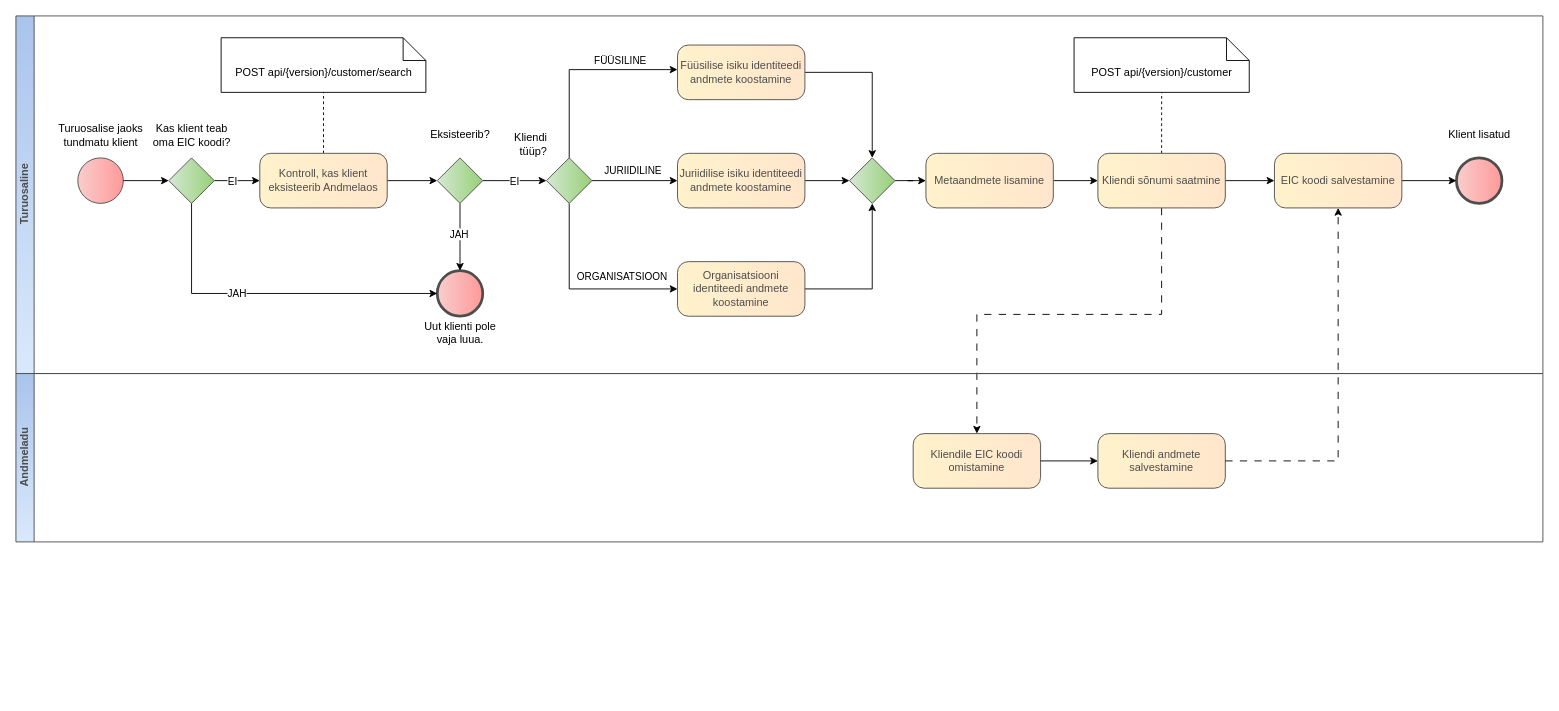
Earlier version of the draw.io diagram page "Kliendi registreerimine" (1 of 4) of diagrams/customer-management/customer-management.drawio (Elering/estfeed-datahub-docs). Source tidied: cells renumbered, new cells numbered last; positions are measured from the earlier drawing's top-left corner, leaving out a move shared by most shapes. Both pictures are drawn from the tidied source at 91%, with x=0, y=0 at pixel (15, 8).
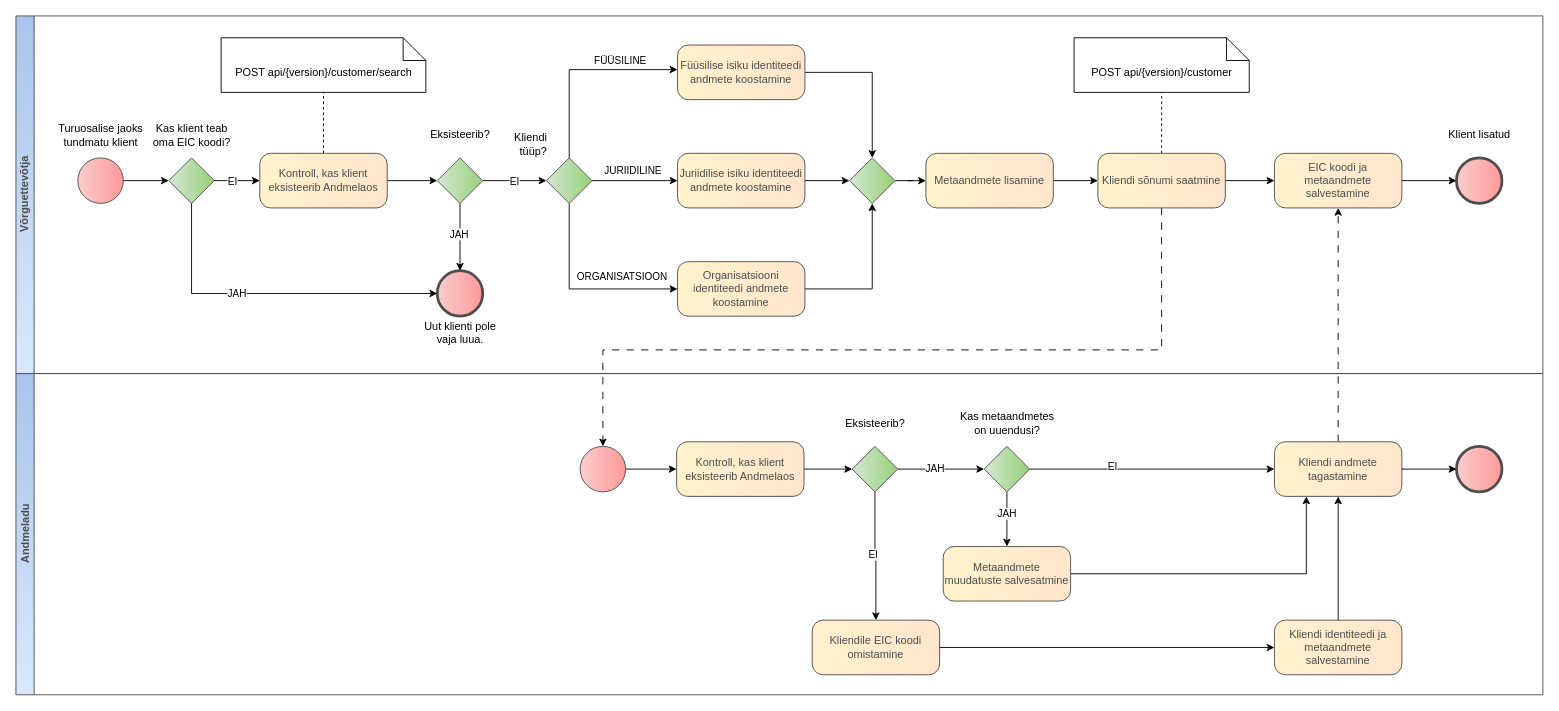
After the change.

Unchanged cells that the change refers to:
```xml
<mxCell id="44" value="Kliendi sõnumi saatmine" style="rounded=1;whiteSpace=wrap;html=1;arcSize=20;fillColor=#fff2cc;strokeColor=#4D4D4D;shadow=0;fontColor=#4D4D4D;gradientColor=#FFE6CC;gradientDirection=east;glass=0;backgroundOutline=0;enumerate=0;labelBackgroundColor=none;labelBorderColor=none;strokeWidth=1;" parent="1" vertex="1">
  <mxGeometry x="1189" y="159" width="140" height="60" as="geometry" />
</mxCell>
```

What changed in the source:
```diff
@@
-    <mxCell id="43" style="edgeStyle=orthogonalEdgeStyle;rounded=0;jettySize=auto;html=1;entryX=0.5;entryY=0;entryDx=0;entryDy=0;dashed=1;dashPattern=8 8;" parent="1" edge="1" source="44" target="50">
+    <mxCell id="43" style="edgeStyle=orthogonalEdgeStyle;rounded=0;jettySize=auto;html=1;entryX=0.5;entryY=0;entryDx=0;entryDy=0;dashed=1;dashPattern=8 8;entryPerimeter=0;" parent="1" edge="1" source="44" target="55">
       <mxGeometry relative="1" as="geometry">
         <Array as="points">
-          <mxPoint x="1259" y="336" />
-          <mxPoint x="1056" y="336" />
+          <mxPoint x="1259" y="375" />
+          <mxPoint x="645" y="375" />
         </Array>
       </mxGeometry>
     </mxCell>
@@
-    <mxCell id="46" value="EIC koodi salvestamine" style="rounded=1;whiteSpace=wrap;html=1;arcSize=20;fillColor=#fff2cc;strokeColor=#4D4D4D;shadow=0;fontColor=#4D4D4D;gradientColor=#FFE6CC;gradientDirection=east;glass=0;backgroundOutline=0;enumerate=0;labelBackgroundColor=none;labelBorderColor=none;strokeWidth=1;" parent="1" vertex="1">
+    <mxCell id="46" value="EIC koodi ja metaandmete salvestamine" style="rounded=1;whiteSpace=wrap;html=1;arcSize=20;fillColor=#fff2cc;strokeColor=#4D4D4D;shadow=0;fontColor=#4D4D4D;gradientColor=#FFE6CC;gradientDirection=east;glass=0;backgroundOutline=0;enumerate=0;labelBackgroundColor=none;labelBorderColor=none;strokeWidth=1;" parent="1" vertex="1">
       <mxGeometry x="1383" y="159" width="140" height="60" as="geometry" />
     </mxCell>
-    <mxCell id="47" value="Turuosaline" style="swimlane;html=1;horizontal=0;startSize=20;strokeColor=#4D4D4D;fillColor=#dae8fc;fontColor=#4D4D4D;gradientColor=#A9C4EB;gradientDirection=north;rotation=0;" parent="1" vertex="1">
+    <mxCell id="47" value="Võrguettevõtja" style="swimlane;html=1;horizontal=0;startSize=20;strokeColor=#4D4D4D;fillColor=#dae8fc;fontColor=#4D4D4D;gradientColor=#A9C4EB;gradientDirection=north;rotation=0;" parent="1" vertex="1">
       <mxGeometry y="8" width="1678" height="393" as="geometry" />
     </mxCell>
@@
     <mxCell id="49" value="Andmeladu" style="swimlane;html=1;horizontal=0;startSize=20;strokeColor=#4D4D4D;fillColor=#dae8fc;fontColor=#4D4D4D;gradientColor=#A9C4EB;gradientDirection=north;rotation=0;" parent="1" vertex="1">
-      <mxGeometry y="401" width="1678" height="185" as="geometry" />
+      <mxGeometry y="401" width="1678" height="353" as="geometry" />
     </mxCell>
+    <mxCell id="53" style="edgeStyle=orthogonalEdgeStyle;rounded=0;jettySize=auto;html=1;entryX=0.5;entryY=1;entryDx=0;entryDy=0;dashed=1;dashPattern=8 8;exitX=0.5;exitY=0;exitDx=0;exitDy=0;" parent="1" edge="1" source="71" target="46">
+      <mxGeometry relative="1" as="geometry" />
+    </mxCell>
+    <mxCell id="54" style="edgeStyle=orthogonalEdgeStyle;rounded=0;jettySize=auto;html=1;entryX=0;entryY=0.5;entryDx=0;entryDy=0;" parent="1" edge="1" source="55" target="63">
+      <mxGeometry relative="1" as="geometry" />
+    </mxCell>
+    <mxCell id="55" style="points=[[0.145,0.145,0],[0.5,0,0],[0.855,0.145,0],[1,0.5,0],[0.855,0.855,0],[0.5,1,0],[0.145,0.855,0],[0,0.5,0]];shape=mxgraph.bpmn.event;html=1;verticalLabelPosition=bottom;labelBackgroundColor=#ffffff;verticalAlign=bottom;align=center;perimeter=ellipsePerimeter;outlineConnect=0;outline=standard;symbol=general;fontFamily=Helvetica;fontSize=12;fontColor=#4D4D4D;fillColor=#f8cecc;strokeColor=#4D4D4D;rounded=1;shadow=0;strokeWidth=1;gradientColor=#FF9999;gradientDirection=east;" parent="1" vertex="1">
+      <mxGeometry x="620" y="481" width="50" height="50" as="geometry" />
+    </mxCell>
-    <mxCell id="50" value="Kliendile EIC koodi omistamine" style="rounded=1;whiteSpace=wrap;html=1;arcSize=20;fillColor=#fff2cc;strokeColor=#4D4D4D;shadow=0;fontColor=#4D4D4D;gradientColor=#FFE6CC;gradientDirection=east;glass=0;backgroundOutline=0;enumerate=0;labelBackgroundColor=none;labelBorderColor=none;strokeWidth=1;" parent="49" vertex="1">
-      <mxGeometry x="986" y="66" width="140" height="60" as="geometry" />
+    <mxCell id="50" value="Kliendile EIC koodi omistamine" style="rounded=1;whiteSpace=wrap;html=1;arcSize=20;fillColor=#fff2cc;strokeColor=#4D4D4D;shadow=0;fontColor=#4D4D4D;gradientColor=#FFE6CC;gradientDirection=east;glass=0;backgroundOutline=0;enumerate=0;labelBackgroundColor=none;labelBorderColor=none;strokeWidth=1;" parent="1" vertex="1">
+      <mxGeometry x="875" y="672" width="140" height="60" as="geometry" />
     </mxCell>
+    <mxCell id="56" style="edgeStyle=orthogonalEdgeStyle;rounded=0;jettySize=auto;html=1;entryX=0.5;entryY=1;entryDx=0;entryDy=0;" parent="1" edge="1" source="51" target="71">
+      <mxGeometry relative="1" as="geometry" />
+    </mxCell>
-    <mxCell id="51" value="Kliendi andmete salvestamine" style="rounded=1;whiteSpace=wrap;html=1;arcSize=20;fillColor=#fff2cc;strokeColor=#4D4D4D;shadow=0;fontColor=#4D4D4D;gradientColor=#FFE6CC;gradientDirection=east;glass=0;backgroundOutline=0;enumerate=0;labelBackgroundColor=none;labelBorderColor=none;strokeWidth=1;" parent="49" vertex="1">
-      <mxGeometry x="1189" y="66" width="140" height="60" as="geometry" />
+    <mxCell id="51" value="Kliendi identiteedi ja metaandmete salvestamine" style="rounded=1;whiteSpace=wrap;html=1;arcSize=20;fillColor=#fff2cc;strokeColor=#4D4D4D;shadow=0;fontColor=#4D4D4D;gradientColor=#FFE6CC;gradientDirection=east;glass=0;backgroundOutline=0;enumerate=0;labelBackgroundColor=none;labelBorderColor=none;strokeWidth=1;" parent="1" vertex="1">
+      <mxGeometry x="1383" y="672" width="140" height="60" as="geometry" />
     </mxCell>
-    <mxCell id="52" style="edgeStyle=orthogonalEdgeStyle;rounded=0;jettySize=auto;html=1;" parent="49" edge="1" source="50" target="51">
+    <mxCell id="52" style="edgeStyle=orthogonalEdgeStyle;rounded=0;jettySize=auto;html=1;" parent="1" edge="1" source="50" target="51">
       <mxGeometry relative="1" as="geometry" />
     </mxCell>
-    <mxCell id="53" style="edgeStyle=orthogonalEdgeStyle;rounded=0;jettySize=auto;html=1;entryX=0.5;entryY=1;entryDx=0;entryDy=0;dashed=1;dashPattern=8 8;" parent="1" edge="1" source="51" target="46">
-      <mxGeometry relative="1" as="geometry" />
-    </mxCell>
+    <mxCell id="57" style="edgeStyle=orthogonalEdgeStyle;rounded=0;jettySize=auto;html=1;entryX=0.5;entryY=0;entryDx=0;entryDy=0;" parent="1" edge="1" source="61" target="50">
+      <mxGeometry relative="1" as="geometry" />
+    </mxCell>
+    <mxCell id="58" value="EI" style="edgeLabel;html=1;align=center;verticalAlign=middle;" parent="57" vertex="1">
+      <mxGeometry x="-0.04" y="-3" relative="1" as="geometry" />
+    </mxCell>
+    <mxCell id="59" style="edgeStyle=orthogonalEdgeStyle;rounded=0;jettySize=auto;html=1;" parent="1" edge="1" source="61" target="68">
+      <mxGeometry relative="1" as="geometry" />
+    </mxCell>
+    <mxCell id="60" value="JAH" style="edgeLabel;html=1;align=center;verticalAlign=middle;" parent="59" vertex="1">
+      <mxGeometry x="-0.16" y="1" relative="1" as="geometry" />
+    </mxCell>
+    <mxCell id="61" value="Eksisteerib?" style="points=[[0.25,0.25,0],[0.5,0,0],[0.75,0.25,0],[1,0.5,0],[0.75,0.75,0],[0.5,1,0],[0.25,0.75,0],[0,0.5,0]];shape=mxgraph.bpmn.gateway2;html=1;verticalLabelPosition=top;labelBackgroundColor=#ffffff;verticalAlign=middle;align=center;perimeter=rhombusPerimeter;outlineConnect=0;outline=none;symbol=none;fontFamily=Helvetica;fontSize=12;fontColor=#000000;fillColor=#D5E8D4;strokeColor=#4D4D4D;rounded=0;shadow=0;gradientColor=#97D077;gradientDirection=east;spacing=0;labelPosition=center;" parent="1" vertex="1">
+      <mxGeometry x="919" y="481" width="50" height="50" as="geometry" />
+    </mxCell>
+    <mxCell id="62" style="edgeStyle=orthogonalEdgeStyle;rounded=0;jettySize=auto;html=1;" parent="1" edge="1" source="63" target="61">
+      <mxGeometry relative="1" as="geometry" />
+    </mxCell>
+    <mxCell id="63" value="Kontroll, kas klient eksisteerib Andmelaos" style="rounded=1;whiteSpace=wrap;html=1;arcSize=20;fillColor=#fff2cc;strokeColor=#4D4D4D;shadow=0;fontColor=#4D4D4D;gradientColor=#FFE6CC;gradientDirection=east;glass=0;backgroundOutline=0;enumerate=0;labelBackgroundColor=none;labelBorderColor=none;strokeWidth=1;" parent="1" vertex="1">
+      <mxGeometry x="726" y="476" width="140" height="60" as="geometry" />
+    </mxCell>
+    <mxCell id="64" style="edgeStyle=orthogonalEdgeStyle;rounded=0;jettySize=auto;html=1;entryX=0.5;entryY=0;entryDx=0;entryDy=0;" parent="1" edge="1" source="68" target="70">
+      <mxGeometry relative="1" as="geometry" />
+    </mxCell>
+    <mxCell id="65" value="JAH" style="edgeLabel;html=1;align=center;verticalAlign=middle;" parent="64" vertex="1">
+      <mxGeometry x="-0.25" y="-1" relative="1" as="geometry" />
+    </mxCell>
+    <mxCell id="66" style="edgeStyle=orthogonalEdgeStyle;rounded=0;jettySize=auto;html=1;entryX=0;entryY=0.5;entryDx=0;entryDy=0;" parent="1" edge="1" source="68" target="71">
+      <mxGeometry relative="1" as="geometry" />
+    </mxCell>
+    <mxCell id="67" value="EI" style="edgeLabel;html=1;align=center;verticalAlign=middle;" parent="66" vertex="1">
+      <mxGeometry x="-0.33" y="4" relative="1" as="geometry" />
+    </mxCell>
+    <mxCell id="68" value="Kas metaandmetes&lt;br&gt;on uuendusi?" style="points=[[0.25,0.25,0],[0.5,0,0],[0.75,0.25,0],[1,0.5,0],[0.75,0.75,0],[0.5,1,0],[0.25,0.75,0],[0,0.5,0]];shape=mxgraph.bpmn.gateway2;html=1;verticalLabelPosition=top;labelBackgroundColor=#ffffff;verticalAlign=middle;align=center;perimeter=rhombusPerimeter;outlineConnect=0;outline=none;symbol=none;fontFamily=Helvetica;fontSize=12;fontColor=#000000;fillColor=#D5E8D4;strokeColor=#4D4D4D;rounded=0;shadow=0;gradientColor=#97D077;gradientDirection=east;spacing=0;labelPosition=center;" parent="1" vertex="1">
+      <mxGeometry x="1064" y="481" width="50" height="50" as="geometry" />
+    </mxCell>
+    <mxCell id="69" style="edgeStyle=orthogonalEdgeStyle;rounded=0;jettySize=auto;html=1;entryX=0.25;entryY=1;entryDx=0;entryDy=0;" parent="1" edge="1" source="70" target="71">
+      <mxGeometry relative="1" as="geometry" />
+    </mxCell>
+    <mxCell id="70" value="Metaandmete muudatuste salvesatmine" style="rounded=1;whiteSpace=wrap;html=1;arcSize=20;fillColor=#fff2cc;strokeColor=#4D4D4D;shadow=0;fontColor=#4D4D4D;gradientColor=#FFE6CC;gradientDirection=east;glass=0;backgroundOutline=0;enumerate=0;labelBackgroundColor=none;labelBorderColor=none;strokeWidth=1;" parent="1" vertex="1">
+      <mxGeometry x="1019" y="591" width="140" height="60" as="geometry" />
+    </mxCell>
+    <mxCell id="71" value="Kliendi andmete tagastamine" style="rounded=1;whiteSpace=wrap;html=1;arcSize=20;fillColor=#fff2cc;strokeColor=#4D4D4D;shadow=0;fontColor=#4D4D4D;gradientColor=#FFE6CC;gradientDirection=east;glass=0;backgroundOutline=0;enumerate=0;labelBackgroundColor=none;labelBorderColor=none;strokeWidth=1;" parent="1" vertex="1">
+      <mxGeometry x="1383" y="476" width="140" height="60" as="geometry" />
+    </mxCell>
+    <mxCell id="72" style="points=[[0.145,0.145,0],[0.5,0,0],[0.855,0.145,0],[1,0.5,0],[0.855,0.855,0],[0.5,1,0],[0.145,0.855,0],[0,0.5,0]];shape=mxgraph.bpmn.event;html=1;verticalLabelPosition=top;labelBackgroundColor=#ffffff;verticalAlign=middle;align=center;perimeter=ellipsePerimeter;outlineConnect=0;outline=end;symbol=terminate2;fontFamily=Helvetica;fontSize=12;fontColor=#000000;fillColor=#f8cecc;strokeColor=#4D4D4D;rounded=1;shadow=0;strokeWidth=1;gradientColor=#FF9999;gradientDirection=east;spacing=0;spacingTop=0;spacingLeft=0;spacingBottom=0;labelPosition=center;" parent="1" vertex="1">
+      <mxGeometry x="1583" y="481" width="50" height="50" as="geometry" />
+    </mxCell>
+    <mxCell id="73" style="edgeStyle=orthogonalEdgeStyle;rounded=0;jettySize=auto;html=1;entryX=0;entryY=0.5;entryDx=0;entryDy=0;entryPerimeter=0;" parent="1" edge="1" source="71" target="72">
+      <mxGeometry relative="1" as="geometry" />
+    </mxCell>
```
